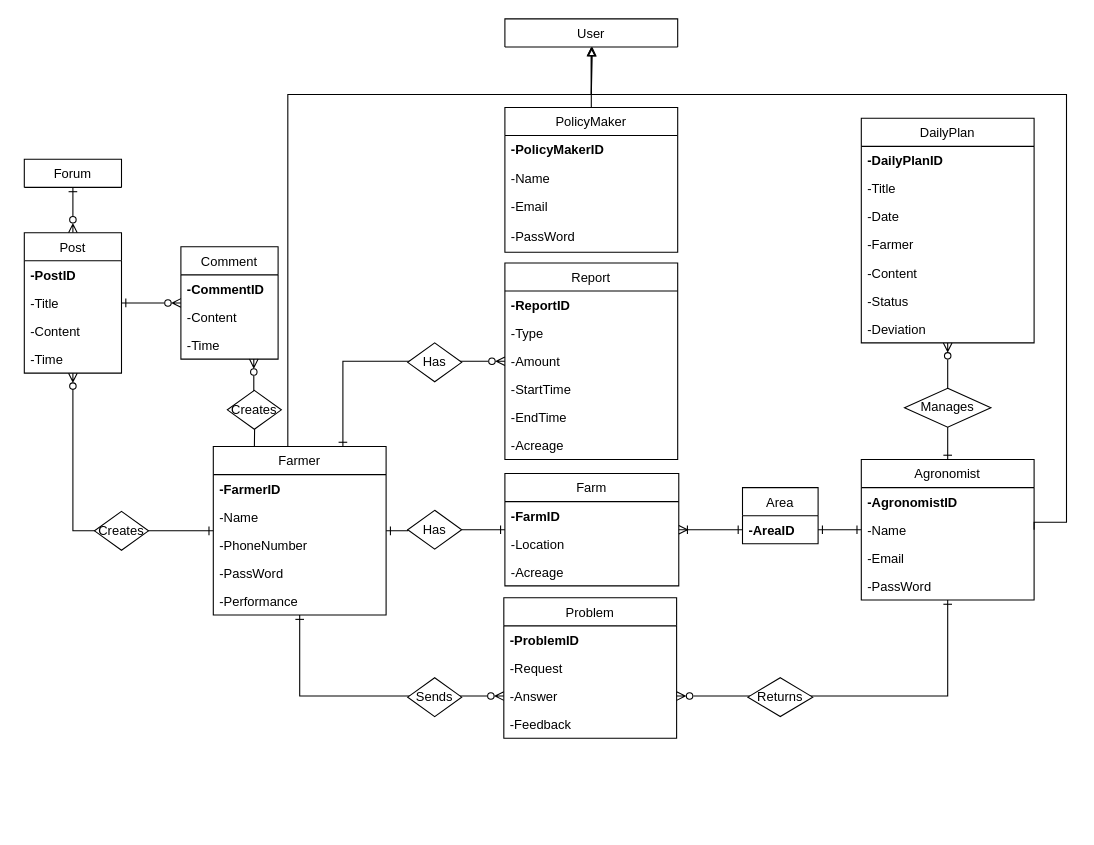
This is DD/UML/Entity Relationship.drawio from ictar/DREAM-SE2-Project-2022, a draw.io file, before an edit. Source tidied: cells renumbered, new cells numbered last; positions are measured from the earlier drawing's top-left corner, leaving out a move shared by most shapes. Both pictures are drawn from the tidied source at 108%, with x=0, y=0 at pixel (24, 18).
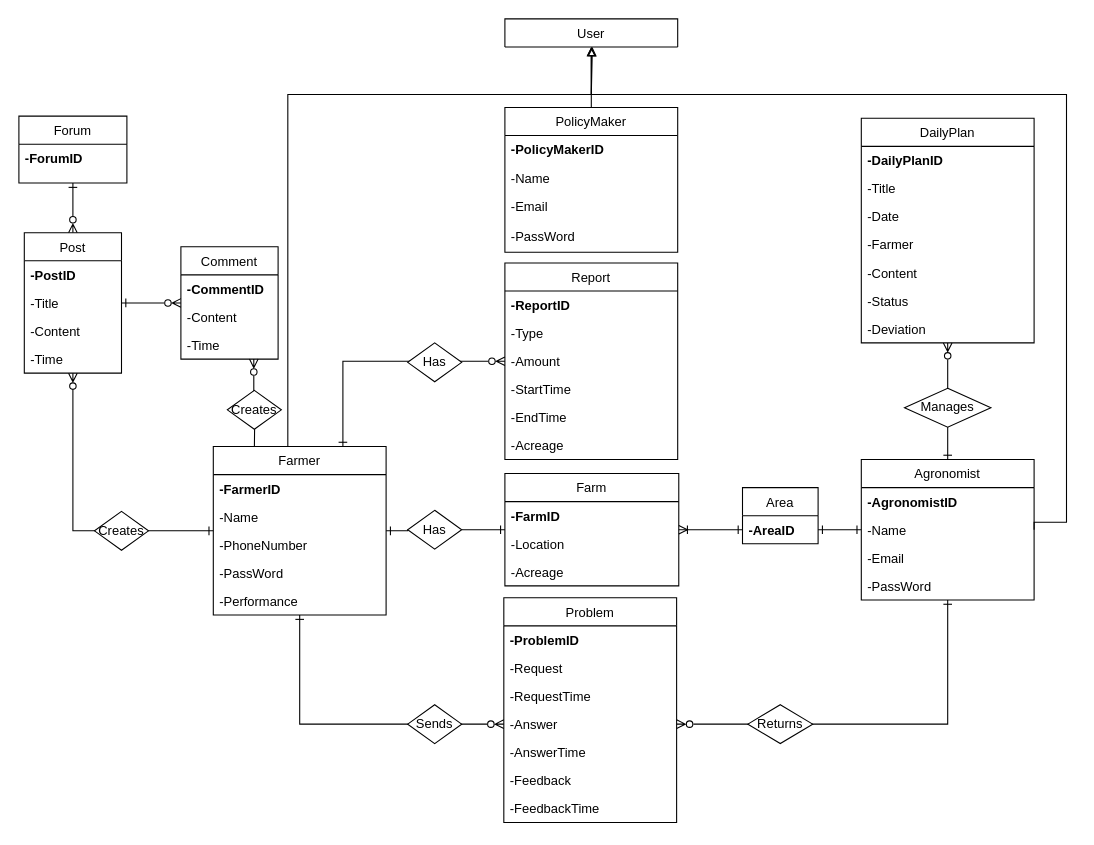
After the change.

The edit, as a diff of the source:
```diff
@@
     <mxCell id="41" value="Problem" style="swimlane;fontStyle=0;align=center;verticalAlign=top;horizontal=1;startSize=26;rounded=0;shadow=0;strokeWidth=1;" parent="1" vertex="1">
-      <mxGeometry x="444" y="536" width="160" height="130" as="geometry" />
+      <mxGeometry x="444" y="536" width="160" height="208" as="geometry" />
     </mxCell>
@@
+    <mxCell id="79" value="-RequestTime" style="text;align=left;verticalAlign=top;spacingLeft=4;spacingRight=4;overflow=hidden;" parent="41" vertex="1">
+      <mxGeometry y="78" width="160" height="26" as="geometry" />
+    </mxCell>
     <mxCell id="44" value="-Answer" style="text;align=left;verticalAlign=top;spacingLeft=4;spacingRight=4;overflow=hidden;points=[[0,0.5],[1,0.5]];portConstraint=eastwest;rounded=0;shadow=0;html=0;" parent="41" vertex="1">
-      <mxGeometry y="78" width="160" height="26" as="geometry" />
+      <mxGeometry y="104" width="160" height="26" as="geometry" />
     </mxCell>
+    <mxCell id="80" value="-AnswerTime" style="text;align=left;verticalAlign=top;spacingLeft=4;spacingRight=4;overflow=hidden;rounded=0;shadow=0;html=0;" parent="41" vertex="1">
+      <mxGeometry y="130" width="160" height="26" as="geometry" />
+    </mxCell>
     <mxCell id="45" value="-Feedback" style="text;align=left;verticalAlign=top;spacingLeft=4;spacingRight=4;overflow=hidden;rounded=0;shadow=0;html=0;" parent="41" vertex="1">
-      <mxGeometry y="104" width="160" height="26" as="geometry" />
+      <mxGeometry y="156" width="160" height="26" as="geometry" />
     </mxCell>
+    <mxCell id="81" value="-FeedbackTime" style="text;align=left;verticalAlign=top;spacingLeft=4;spacingRight=4;overflow=hidden;rounded=0;shadow=0;html=0;" parent="41" vertex="1">
+      <mxGeometry y="182" width="160" height="26" as="geometry" />
+    </mxCell>
@@
-    <mxCell id="47" value="Forum" style="swimlane;fontStyle=0;align=center;verticalAlign=top;horizontal=1;startSize=26;rounded=0;shadow=0;strokeWidth=1;" parent="1" vertex="1" collapsed="1">
-      <mxGeometry y="130" width="90" height="26" as="geometry" />
+    <mxCell id="47" value="Forum" style="swimlane;fontStyle=0;align=center;verticalAlign=top;horizontal=1;startSize=26;rounded=0;shadow=0;strokeWidth=1;" parent="1" vertex="1">
+      <mxGeometry x="-5" y="90" width="100" height="62" as="geometry" />
     </mxCell>
+    <mxCell id="82" value="-ForumID" style="text;align=left;verticalAlign=top;spacingLeft=4;spacingRight=4;overflow=hidden;fontStyle=1;" parent="47" vertex="1">
+      <mxGeometry y="26" width="100" height="26" as="geometry" />
+    </mxCell>
@@
     <mxCell id="75" value="Sends" style="shape=rhombus;perimeter=rhombusPerimeter;whiteSpace=wrap;html=1;align=center;" parent="1" vertex="1">
-      <mxGeometry x="355" y="610" width="50" height="36" as="geometry" />
+      <mxGeometry x="355" y="635" width="50" height="36" as="geometry" />
     </mxCell>
     <mxCell id="76" value="Returns" style="shape=rhombus;perimeter=rhombusPerimeter;whiteSpace=wrap;html=1;align=center;" parent="1" vertex="1">
-      <mxGeometry x="670" y="610" width="60" height="36" as="geometry" />
+      <mxGeometry x="670" y="635" width="60" height="36" as="geometry" />
     </mxCell>
```
